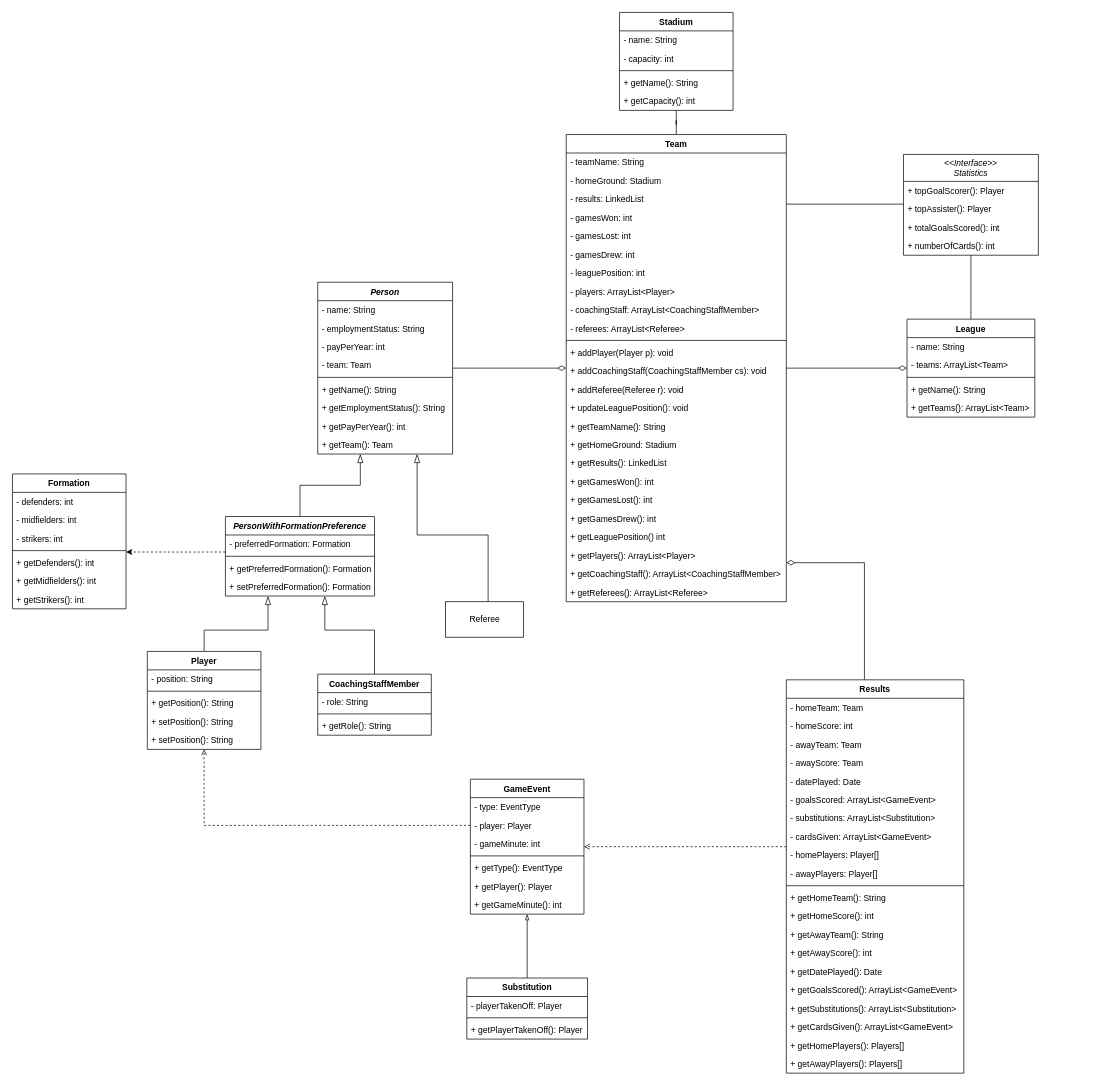
This is page "Detailed Class Diagram" (4 of 6) of Diagrams.drawio from JackSmith00/FootballManager, a draw.io file, before an edit. Source tidied: cells renumbered, new cells numbered last; positions are measured from the earlier drawing's top-left corner, leaving out a move shared by most shapes. Both pictures are drawn from the tidied source at 71%, with x=0, y=0 at pixel (12, 12).
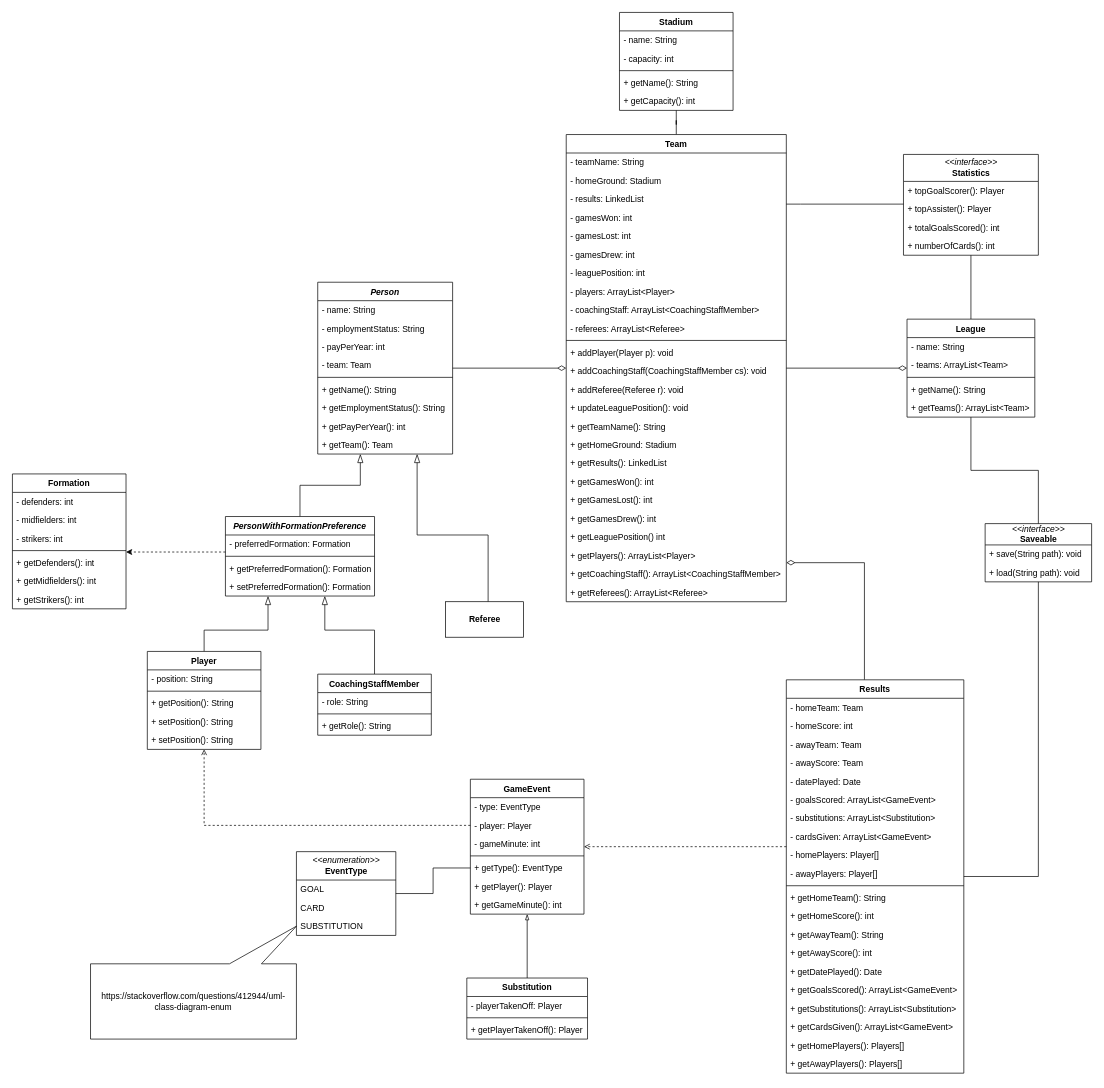
Above is the later version.

Commit message (it also covers changes not shown here):
UML Class Diagram Update

Added the Saveable interface and the EventType enum to the detailed class diagram before beginning coding

The change refers to these unchanged cells:
```xml
<mxCell id="72" value="League" style="swimlane;fontStyle=1;align=center;verticalAlign=top;horizontal=1;startSize=26;" parent="1" vertex="1">
  <mxGeometry x="1260" y="432" width="180" height="138" as="geometry" />
</mxCell>
<mxCell id="78" value="Results" style="swimlane;fontStyle=1;align=center;verticalAlign=top;horizontal=1;startSize=26;" parent="1" vertex="1">
  <mxGeometry x="1090" y="940" width="250" height="554" as="geometry" />
</mxCell>
<mxCell id="105" value="+ getType(): EventType" style="text;strokeColor=none;fillColor=none;align=left;verticalAlign=top;spacingLeft=4;spacingRight=4;overflow=hidden;points=[[0,0.5],[1,0.5]];portConstraint=eastwest;" parent="100" vertex="1">
  <mxGeometry y="112" width="160" height="26" as="geometry" />
</mxCell>
```

What changed in the source:
```diff
@@
-    <mxCell id="5" value="Referee" style="html=1;" parent="1" vertex="1">
+    <mxCell id="5" value="Referee" style="html=1;fontStyle=1;" parent="1" vertex="1">
       <mxGeometry x="610" y="830" width="110" height="50" as="geometry" />
     </mxCell>
@@
+    <mxCell id="127" style="edgeStyle=orthogonalEdgeStyle;rounded=0;jettySize=auto;html=1;endArrow=none;endFill=0;" parent="1" edge="1" source="72" target="135">
+      <mxGeometry relative="1" as="geometry" />
+    </mxCell>
@@
+    <mxCell id="128" style="edgeStyle=orthogonalEdgeStyle;rounded=0;jettySize=auto;html=1;endArrow=none;endFill=0;" parent="1" edge="1" source="78" target="135">
+      <mxGeometry relative="1" as="geometry" />
+    </mxCell>
@@
-    <mxCell id="122" value="&lt;&lt;Interface&gt;&gt;&#10;Statistics" style="swimlane;fontStyle=2;horizontal=1;startSize=38;fillColor=none;" parent="1" vertex="1">
+    <mxCell id="122" value="&lt;span style=&quot;font-weight: normal&quot;&gt;&amp;lt;&amp;lt;interface&amp;gt;&amp;gt;&lt;br&gt;&lt;/span&gt;&lt;span style=&quot;font-style: normal&quot;&gt;Statistics&lt;/span&gt;" style="swimlane;fontStyle=3;horizontal=1;startSize=38;fillColor=none;html=1;" parent="1" vertex="1">
       <mxGeometry x="1255" y="200" width="190" height="142" as="geometry" />
     </mxCell>
@@
+    <mxCell id="129" value="&lt;i style=&quot;font-weight: normal&quot;&gt;&amp;lt;&amp;lt;enumeration&amp;gt;&amp;gt;&lt;br&gt;&lt;/i&gt;EventType" style="swimlane;fontStyle=1;horizontal=1;startSize=40;fillColor=none;html=1;" parent="1" vertex="1">
+      <mxGeometry x="400" y="1182" width="140" height="118" as="geometry" />
+    </mxCell>
+    <mxCell id="130" value="GOAL" style="text;strokeColor=none;fillColor=none;align=left;verticalAlign=top;spacingLeft=4;spacingRight=4;overflow=hidden;" parent="129" vertex="1">
+      <mxGeometry y="40" width="140" height="26" as="geometry" />
+    </mxCell>
+    <mxCell id="131" value="CARD" style="text;strokeColor=none;fillColor=none;align=left;verticalAlign=top;spacingLeft=4;spacingRight=4;overflow=hidden;" parent="129" vertex="1">
+      <mxGeometry y="66" width="140" height="26" as="geometry" />
+    </mxCell>
+    <mxCell id="132" value="SUBSTITUTION" style="text;strokeColor=none;fillColor=none;align=left;verticalAlign=top;spacingLeft=4;spacingRight=4;overflow=hidden;" parent="129" vertex="1">
+      <mxGeometry y="92" width="140" height="26" as="geometry" />
+    </mxCell>
+    <mxCell id="133" value="https://stackoverflow.com/questions/412944/uml-class-diagram-enum" style="shape=callout;whiteSpace=wrap;html=1;perimeter=calloutPerimeter;position2=0;base=45;direction=west;size=53;position=0.17;" parent="1" vertex="1">
+      <mxGeometry x="110" y="1287" width="290" height="159" as="geometry" />
+    </mxCell>
+    <mxCell id="134" style="edgeStyle=orthogonalEdgeStyle;rounded=0;jettySize=auto;html=1;exitX=0;exitY=0.5;exitDx=0;exitDy=0;endArrow=none;endFill=0;" parent="1" edge="1" source="105" target="129">
+      <mxGeometry relative="1" as="geometry" />
+    </mxCell>
+    <mxCell id="135" value="&lt;i&gt;&amp;lt;&amp;lt;interface&amp;gt;&amp;gt;&lt;br&gt;&lt;/i&gt;&lt;b&gt;Saveable&lt;/b&gt;" style="swimlane;fontStyle=0;horizontal=1;startSize=30;fillColor=none;html=1;" parent="1" vertex="1">
+      <mxGeometry x="1370" y="720" width="150" height="82" as="geometry" />
+    </mxCell>
+    <mxCell id="136" value="+ save(String path): void" style="text;strokeColor=none;fillColor=none;align=left;verticalAlign=top;spacingLeft=4;spacingRight=4;overflow=hidden;html=1;" parent="135" vertex="1">
+      <mxGeometry y="30" width="150" height="26" as="geometry" />
+    </mxCell>
+    <mxCell id="137" value="+ load(String path): void" style="text;strokeColor=none;fillColor=none;align=left;verticalAlign=top;spacingLeft=4;spacingRight=4;overflow=hidden;html=1;" parent="135" vertex="1">
+      <mxGeometry y="56" width="150" height="26" as="geometry" />
+    </mxCell>
```
